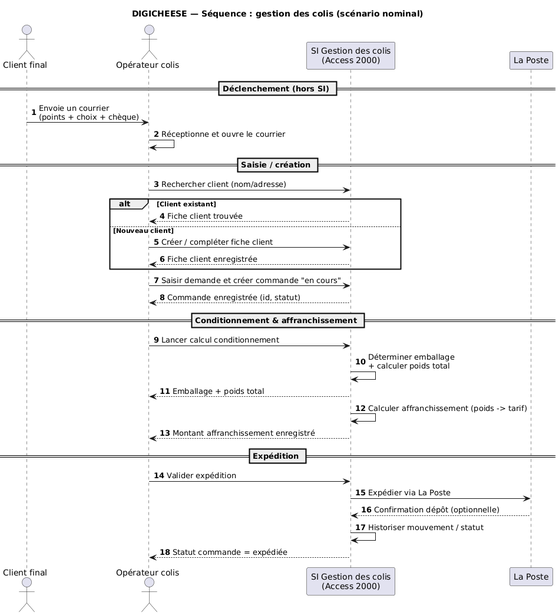
This is UML/004 DIGICHEESE — Séquence_gestion_des_colis(scénario nominal).png from xavier-deguercy/TP_digicheese, a PlantUML export, as it was before one commit.
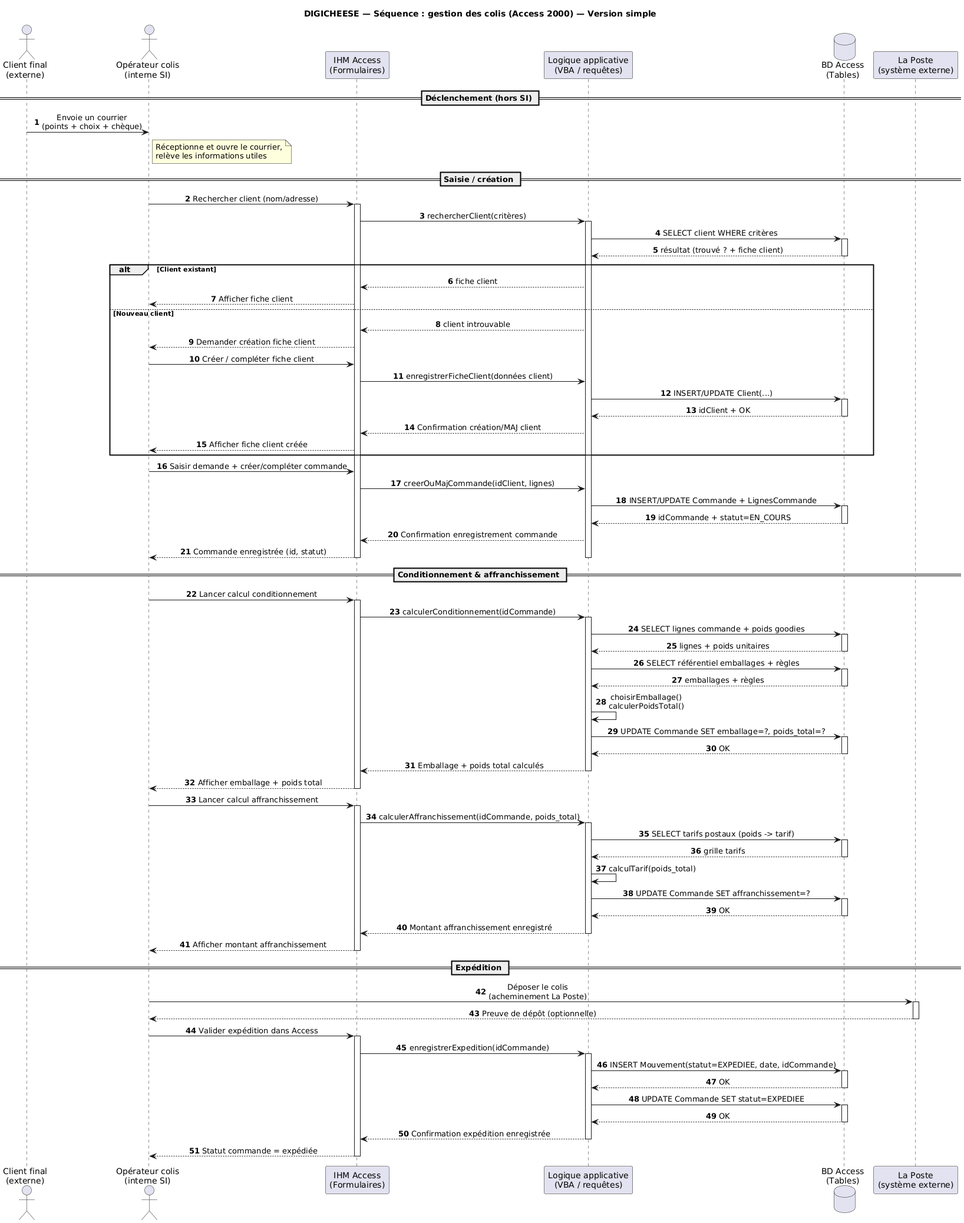
The same diagram one commit later.

Diff of the diagram source:
```diff
@@ -1,41 +1,141 @@
 @startuml
-title DIGICHEESE — Séquence : gestion des colis (scénario nominal)
+title DIGICHEESE — Séquence : gestion des colis (Access 2000) — Version simple
 autonumber
 skinparam shadowing false
+skinparam sequenceMessageAlign center
 
-actor "Client final" as Client
-actor "Opérateur colis" as Op
-participant "SI Gestion des colis\n(Access 2000)" as SI
-participant "La Poste" as Poste
+actor "Client final\n(externe)" as A_Client
+actor "Opérateur colis\n(interne SI)" as A_OpColis
+
+participant "IHM Access\n(Formulaires)" as UI
+participant "Logique applicative\n(VBA / requêtes)" as APP
+database "BD Access\n(Tables)" as DB
+
+participant "La Poste\n(système externe)" as Poste
+
 
 == Déclenchement (hors SI) ==
-Client -> Op : Envoie un courrier\n(points + choix + chèque)
-Op -> Op : Réceptionne et ouvre le courrier
+A_Client -> A_OpColis : Envoie un courrier\n(points + choix + chèque)
+note right of A_OpColis
+Réceptionne et ouvre le courrier,
+relève les informations utiles
+end note
 
 == Saisie / création ==
-Op -> SI : Rechercher client (nom/adresse)
+
+A_OpColis -> UI : Rechercher client (nom/adresse)
+activate UI
+UI -> APP : rechercherClient(critères)
+activate APP
+APP -> DB : SELECT client WHERE critères
+activate DB
+DB --> APP : résultat (trouvé ? + fiche client)
+deactivate DB
+
 alt Client existant
-  SI --> Op : Fiche client trouvée
+  APP --> UI : fiche client
+  UI --> A_OpColis : Afficher fiche client
 else Nouveau client
-  Op -> SI : Créer / compléter fiche client
-  SI --> Op : Fiche client enregistrée
+  APP --> UI : client introuvable
+  UI --> A_OpColis : Demander création fiche client
+
+  A_OpColis -> UI : Créer / compléter fiche client
+  UI -> APP : enregistrerFicheClient(données client)
+  APP -> DB : INSERT/UPDATE Client(...)
+  activate DB
+  DB --> APP : idClient + OK
+  deactivate DB
+  APP --> UI : Confirmation création/MAJ client
+  UI --> A_OpColis : Afficher fiche client créée
 end
 
-Op -> SI : Saisir demande et créer commande "en cours"
-SI --> Op : Commande enregistrée (id, statut)
+A_OpColis -> UI : Saisir demande + créer/compléter commande
+UI -> APP : creerOuMajCommande(idClient, lignes)
+APP -> DB : INSERT/UPDATE Commande + LignesCommande
+activate DB
+DB --> APP : idCommande + statut=EN_COURS
+deactivate DB
+APP --> UI : Confirmation enregistrement commande
+UI --> A_OpColis : Commande enregistrée (id, statut)
+
+deactivate APP
+deactivate UI
 
 == Conditionnement & affranchissement ==
-Op -> SI : Lancer calcul conditionnement
-SI -> SI : Déterminer emballage\n+ calculer poids total
-SI --> Op : Emballage + poids total
 
-SI -> SI : Calculer affranchissement (poids -> tarif)
-SI --> Op : Montant affranchissement enregistré
+A_OpColis -> UI : Lancer calcul conditionnement
+activate UI
+UI -> APP : calculerConditionnement(idCommande)
+activate APP
+
+APP -> DB : SELECT lignes commande + poids goodies
+activate DB
+DB --> APP : lignes + poids unitaires
+deactivate DB
+
+APP -> DB : SELECT référentiel emballages + règles
+activate DB
+DB --> APP : emballages + règles
+deactivate DB
+
+APP -> APP : choisirEmballage()\ncalculerPoidsTotal()
+
+APP -> DB : UPDATE Commande SET emballage=?, poids_total=?
+activate DB
+DB --> APP : OK
+deactivate DB
+
+APP --> UI : Emballage + poids total calculés
+deactivate APP
+UI --> A_OpColis : Afficher emballage + poids total
+deactivate UI
+
+A_OpColis -> UI : Lancer calcul affranchissement
+activate UI
+UI -> APP : calculerAffranchissement(idCommande, poids_total)
+activate APP
+
+APP -> DB : SELECT tarifs postaux (poids -> tarif)
+activate DB
+DB --> APP : grille tarifs
+deactivate DB
+
+APP -> APP : calculTarif(poids_total)
+
+APP -> DB : UPDATE Commande SET affranchissement=?
+activate DB
+DB --> APP : OK
+deactivate DB
+
+APP --> UI : Montant affranchissement enregistré
+deactivate APP
+UI --> A_OpColis : Afficher montant affranchissement
+deactivate UI
 
 == Expédition ==
-Op -> SI : Valider expédition
-SI -> Poste : Expédier via La Poste
-Poste --> SI : Confirmation dépôt (optionnelle)
-SI -> SI : Historiser mouvement / statut
-SI --> Op : Statut commande = expédiée
+
+A_OpColis -> Poste : Déposer le colis\n(acheminement La Poste)
+activate Poste
+Poste --> A_OpColis : Preuve de dépôt (optionnelle)
+deactivate Poste
+
+A_OpColis -> UI : Valider expédition dans Access
+activate UI
+UI -> APP : enregistrerExpedition(idCommande)
+activate APP
+
+APP -> DB : INSERT Mouvement(statut=EXPEDIEE, date, idCommande)
+activate DB
+DB --> APP : OK
+deactivate DB
+
+APP -> DB : UPDATE Commande SET statut=EXPEDIEE
+activate DB
+DB --> APP : OK
+deactivate DB
+
+APP --> UI : Confirmation expédition enregistrée
+deactivate APP
+UI --> A_OpColis : Statut commande = expédiée
+deactivate UI
 @enduml
```
